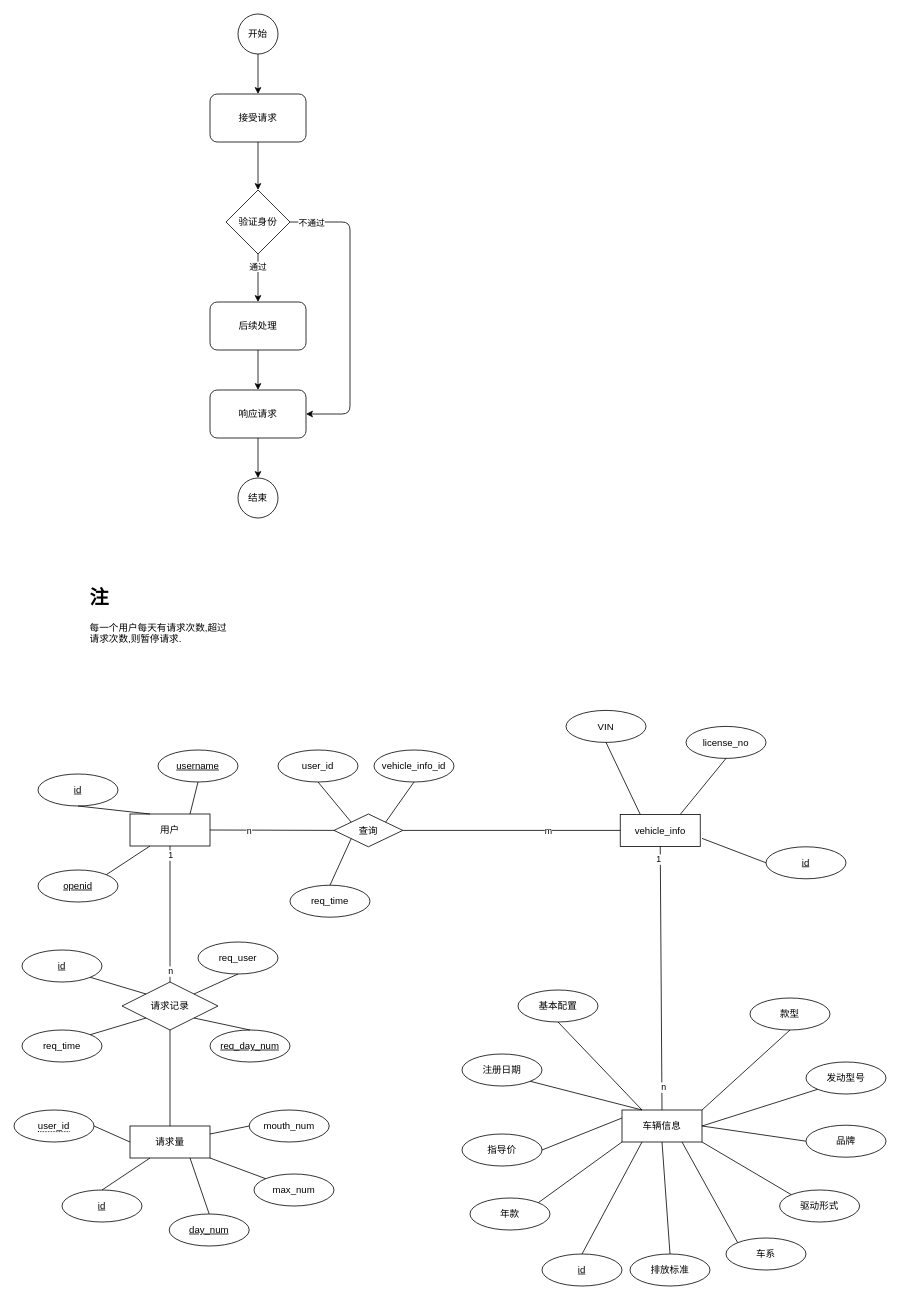
The draw.io diagram Untitled Diagram 的副本.drawio in xlgp/static, before the edit. Source tidied: cells renumbered, new cells numbered last; positions are measured from the earlier drawing's top-left corner, leaving out a move shared by most shapes. Both pictures are drawn from the tidied source at 80%, with x=0, y=0 at pixel (14, 14).
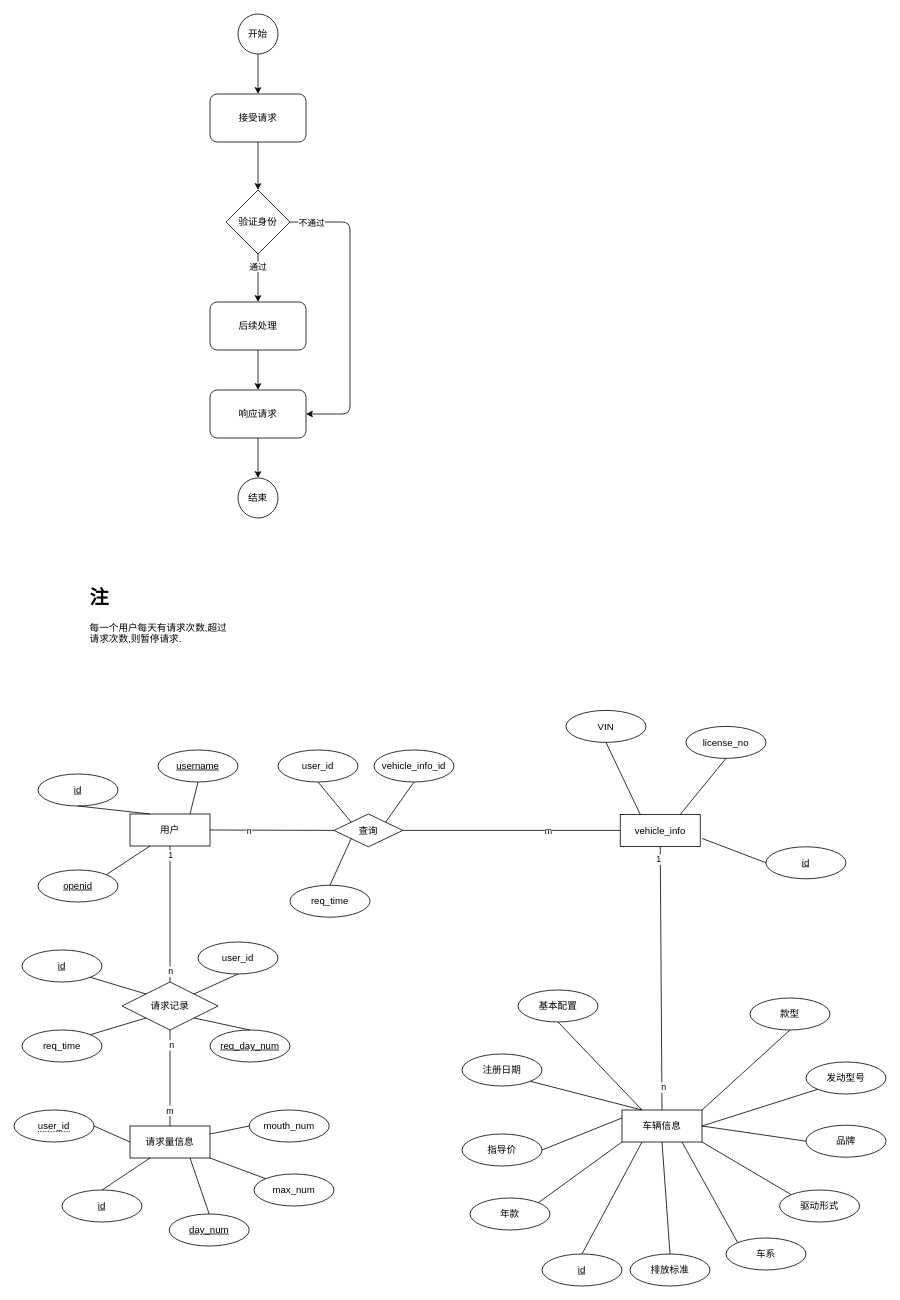
After the change.

Commit message:
更新Untitled Diagram 的副本.drawio

The change refers to these unchanged cells:
```xml
<mxCell id="71" style="endArrow=none;html=1;rounded=0;exitX=0.5;exitY=1;exitDx=0;exitDy=0;entryX=0.5;entryY=0;entryDx=0;entryDy=0;" parent="1" edge="1" source="59" target="54">
  <mxGeometry relative="1" as="geometry" />
</mxCell>
```

The edit, as a diff of the source:
```diff
@@
-    <mxCell id="54" value="请求量" style="whiteSpace=wrap;html=1;align=center;" parent="1" vertex="1">
+    <mxCell id="54" value="请求量信息" style="whiteSpace=wrap;html=1;align=center;" parent="1" vertex="1">
       <mxGeometry x="145" y="1390" width="100" height="40" as="geometry" />
     </mxCell>
@@
-    <mxCell id="66" value="req_user" style="ellipse;whiteSpace=wrap;html=1;align=center;" parent="1" vertex="1">
+    <mxCell id="66" value="user_id" style="ellipse;whiteSpace=wrap;html=1;align=center;" parent="1" vertex="1">
       <mxGeometry x="230" y="1160" width="100" height="40" as="geometry" />
     </mxCell>
@@
+    <mxCell id="92" value="n" style="edgeLabel;html=1;align=center;verticalAlign=middle;" parent="71" vertex="1">
+      <mxGeometry x="-0.7" y="1" relative="1" as="geometry" />
+    </mxCell>
+    <mxCell id="93" value="m" style="edgeLabel;html=1;align=center;verticalAlign=middle;" parent="71" vertex="1">
+      <mxGeometry x="0.67" y="-1" relative="1" as="geometry" />
+    </mxCell>
```
